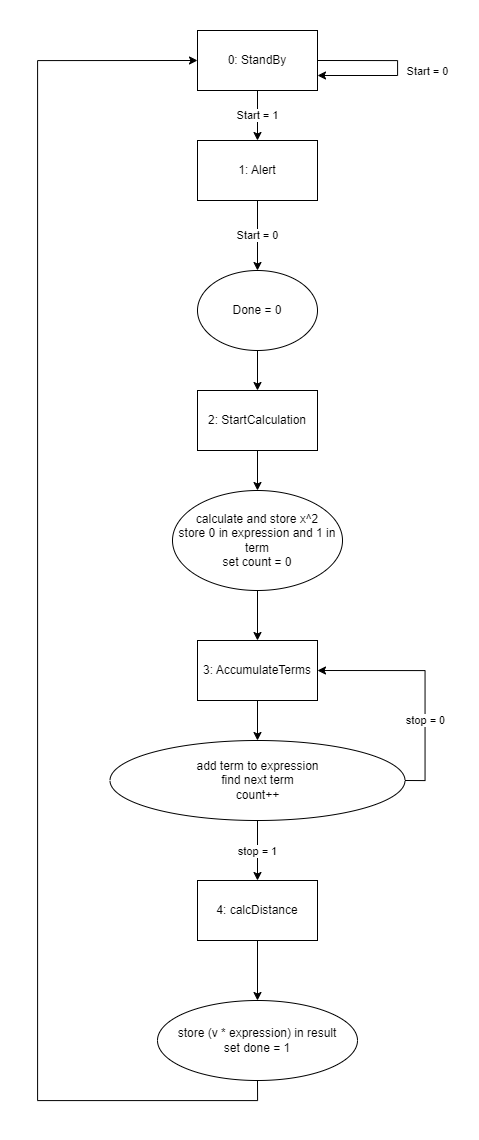
Earlier version of the draw.io export cu.png (kooshkya/cosine). Source tidied: cells renumbered, new cells last; positions are measured from the earlier drawing's top-left corner, leaving out a move shared by most shapes.
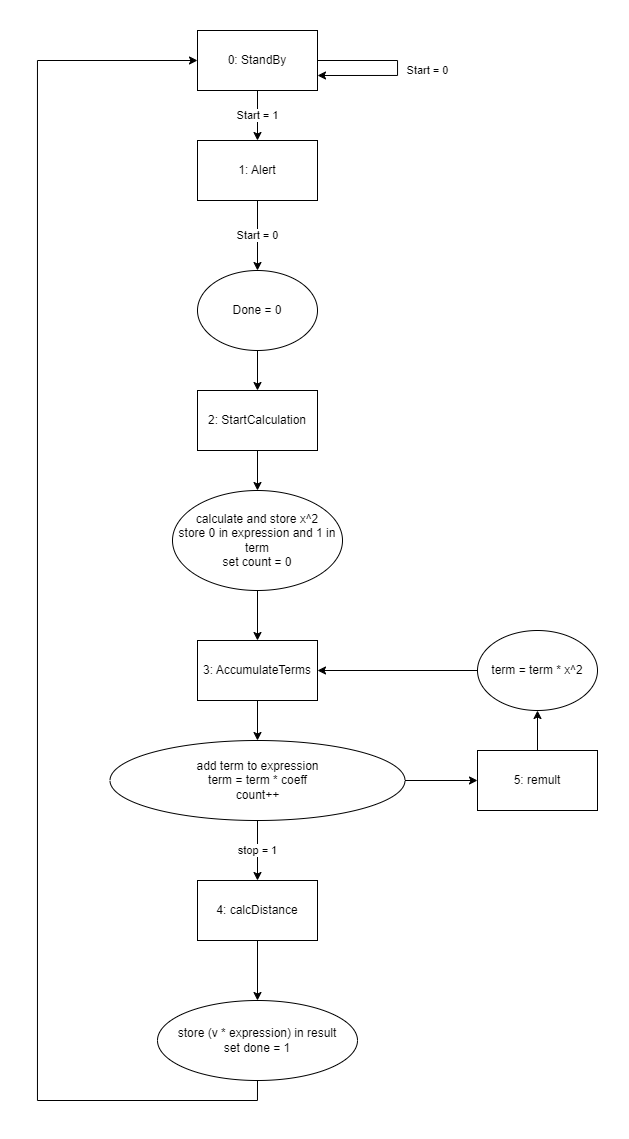
The same diagram one commit later.

What changed in the source:
```diff
@@ -46,13 +46,13 @@
     <mxCell id="14" value="3: AccumulateTerms" style="rounded=0;whiteSpace=wrap;html=1;" parent="1" vertex="1">
       <mxGeometry x="160" y="610" width="120" height="60" as="geometry" />
     </mxCell>
-    <mxCell id="15" value="stop = 0" style="edgeStyle=orthogonalEdgeStyle;rounded=0;jettySize=auto;html=1;exitX=1;exitY=0.5;exitDx=0;exitDy=0;entryX=1;entryY=0.5;entryDx=0;entryDy=0;" parent="1" edge="1" source="17" target="14">
-      <mxGeometry x="-0.33" relative="1" as="geometry" />
-    </mxCell>
     <mxCell id="16" value="stop = 1" style="edgeStyle=orthogonalEdgeStyle;rounded=0;jettySize=auto;html=1;exitX=0.5;exitY=1;exitDx=0;exitDy=0;entryX=0.5;entryY=0;entryDx=0;entryDy=0;" parent="1" edge="1" source="17" target="19">
       <mxGeometry relative="1" as="geometry" />
     </mxCell>
+    <mxCell id="22" style="edgeStyle=orthogonalEdgeStyle;rounded=0;jettySize=auto;html=1;exitX=1;exitY=0.5;exitDx=0;exitDy=0;entryX=0;entryY=0.5;entryDx=0;entryDy=0;" parent="1" edge="1" source="17" target="24">
+      <mxGeometry relative="1" as="geometry" />
+    </mxCell>
-    <mxCell id="17" value="add term to expression&lt;br&gt;find next term&lt;br&gt;count++" style="ellipse;whiteSpace=wrap;html=1;" parent="1" vertex="1">
+    <mxCell id="17" value="add term to expression&lt;br&gt;term = term * coeff&lt;br&gt;count++" style="ellipse;whiteSpace=wrap;html=1;" parent="1" vertex="1">
       <mxGeometry x="72.5" y="710" width="295" height="80" as="geometry" />
     </mxCell>
     <mxCell id="18" style="edgeStyle=orthogonalEdgeStyle;rounded=0;jettySize=auto;html=1;exitX=0.5;exitY=1;exitDx=0;exitDy=0;entryX=0.5;entryY=0;entryDx=0;entryDy=0;" parent="1" edge="1" source="19" target="21">
@@ -74,5 +74,17 @@
     <mxCell id="21" value="store (v * expression) in result&lt;br&gt;set done = 1" style="ellipse;whiteSpace=wrap;html=1;" parent="1" vertex="1">
       <mxGeometry x="120" y="970" width="200" height="80" as="geometry" />
     </mxCell>
+    <mxCell id="23" style="edgeStyle=orthogonalEdgeStyle;rounded=0;jettySize=auto;html=1;exitX=0.5;exitY=0;exitDx=0;exitDy=0;entryX=0.5;entryY=1;entryDx=0;entryDy=0;" parent="1" edge="1" source="24" target="26">
+      <mxGeometry relative="1" as="geometry" />
+    </mxCell>
+    <mxCell id="24" value="5: remult" style="rounded=0;whiteSpace=wrap;html=1;" parent="1" vertex="1">
+      <mxGeometry x="440" y="720" width="120" height="60" as="geometry" />
+    </mxCell>
+    <mxCell id="25" style="edgeStyle=orthogonalEdgeStyle;rounded=0;jettySize=auto;html=1;exitX=0;exitY=0.5;exitDx=0;exitDy=0;entryX=1;entryY=0.5;entryDx=0;entryDy=0;" parent="1" edge="1" source="26" target="14">
+      <mxGeometry relative="1" as="geometry" />
+    </mxCell>
+    <mxCell id="26" value="term = term * x^2" style="ellipse;whiteSpace=wrap;html=1;" parent="1" vertex="1">
+      <mxGeometry x="440" y="600" width="120" height="80" as="geometry" />
+    </mxCell>
   </root>
 </mxGraphModel>
```
